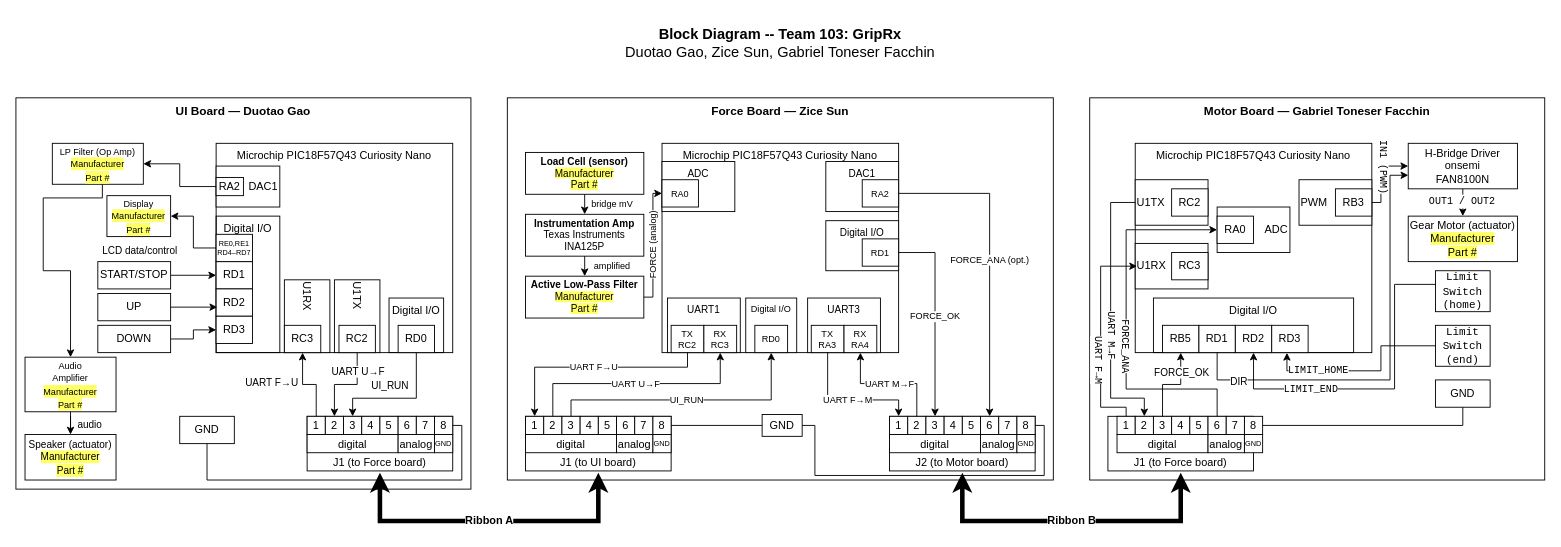
The draw.io diagram docs/image/team-block-diagram.drawio in EGR304-2026-F-103/EGR304-2026-F-103.github.io, before the edit. Source tidied: cells renumbered, new cells numbered last; positions are measured from the earlier drawing's top-left corner, leaving out a move shared by most shapes. Both pictures are drawn from the tidied source at 91%, with x=0, y=0 at pixel (15, 15).
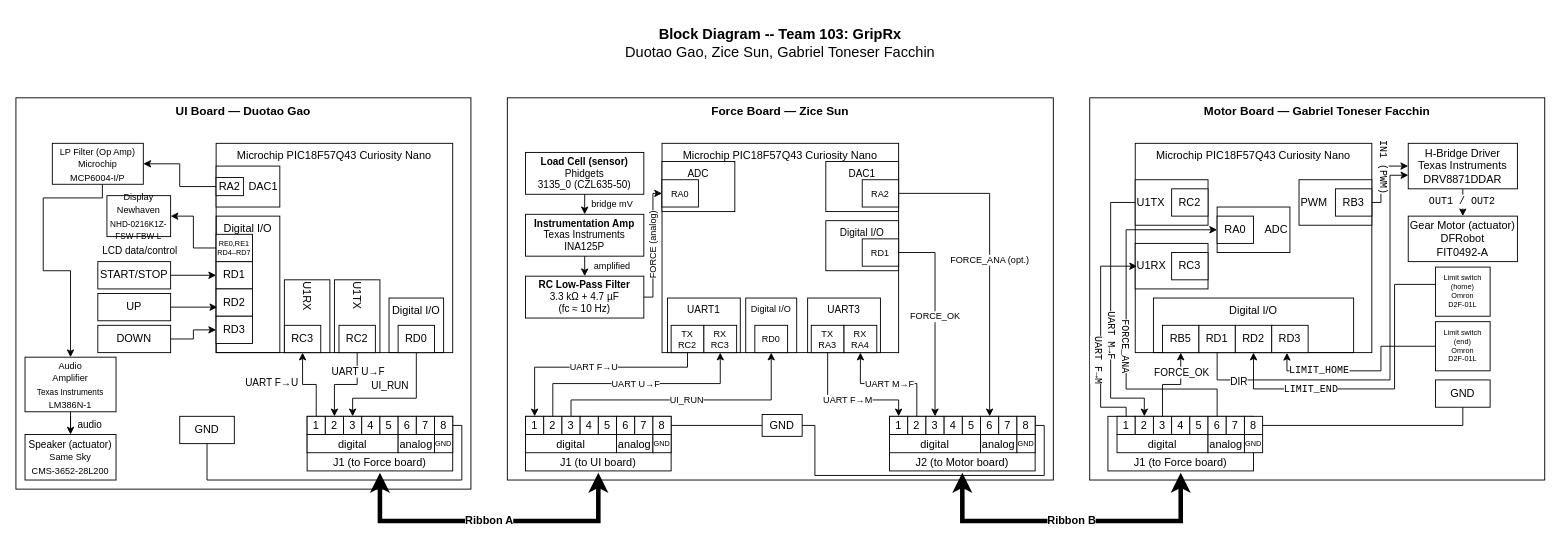
Above is the later version.

Unchanged cells that the change refers to:
```xml
<mxCell id="3" value="Force Board — Zice Sun" style="rounded=0;whiteSpace=wrap;html=1;verticalAlign=top;fontStyle=1;fontSize=13;fillColor=none;" parent="1" vertex="1">
  <mxGeometry x="540" y="90" width="600" height="420" as="geometry" />
</mxCell>
<mxCell id="69" value="UI Board — Duotao Gao" style="rounded=0;whiteSpace=wrap;html=1;verticalAlign=top;fontStyle=1;fontSize=13;fillColor=none;" parent="1" vertex="1">
  <mxGeometry y="90" width="500" height="430" as="geometry" />
</mxCell>
<mxCell id="121" value="Motor Board — Gabriel Toneser Facchin" style="rounded=0;whiteSpace=wrap;html=1;verticalAlign=top;fontStyle=1;fontSize=13;fillColor=none;" parent="1" vertex="1">
  <mxGeometry x="1180" y="90" width="500" height="420" as="geometry" />
</mxCell>
```

Diff of the diagram source:
```diff
@@
-    <mxCell id="31" value="&lt;div&gt;&lt;b&gt;Load Cell (sensor)&lt;/b&gt;&lt;/div&gt;&lt;div&gt;&lt;span style=&quot;background-color: rgb(255, 255, 102);&quot;&gt;Manufacturer&lt;/span&gt;&lt;/div&gt;&lt;div&gt;&lt;span style=&quot;background-color: rgb(255, 255, 102);&quot;&gt;Part #&lt;/span&gt;&lt;/div&gt;" style="rounded=0;whiteSpace=wrap;html=1;labelBackgroundColor=none;fontSize=11;" parent="3" vertex="1">
+    <mxCell id="31" value="&lt;div&gt;&lt;b&gt;Load Cell (sensor)&lt;/b&gt;&lt;/div&gt;&lt;div&gt;Phidgets&lt;/div&gt;&lt;div&gt;3135_0 (CZL635-50)&lt;/div&gt;" style="rounded=0;whiteSpace=wrap;html=1;labelBackgroundColor=none;fontSize=11;" parent="3" vertex="1">
       <mxGeometry x="20" y="60" width="130" height="46" as="geometry" />
     </mxCell>
@@
-    <mxCell id="33" value="&lt;div&gt;&lt;b&gt;Active Low-Pass Filter&lt;/b&gt;&lt;/div&gt;&lt;div&gt;&lt;span style=&quot;background-color: rgb(255, 255, 102);&quot;&gt;Manufacturer&lt;/span&gt;&lt;/div&gt;&lt;div&gt;&lt;span style=&quot;background-color: rgb(255, 255, 102);&quot;&gt;Part #&lt;/span&gt;&lt;/div&gt;" style="rounded=0;whiteSpace=wrap;html=1;labelBackgroundColor=none;fontSize=11;" parent="3" vertex="1">
+    <mxCell id="33" value="&lt;div&gt;&lt;b&gt;RC Low-Pass Filter&lt;/b&gt;&lt;/div&gt;&lt;div&gt;3.3 kΩ + 4.7 µF&lt;/div&gt;&lt;div&gt;(fc ≈ 10 Hz)&lt;/div&gt;" style="rounded=0;whiteSpace=wrap;html=1;labelBackgroundColor=none;fontSize=11;" parent="3" vertex="1">
       <mxGeometry x="20" y="196" width="130" height="46" as="geometry" />
     </mxCell>
@@
-    <mxCell id="114" value="&lt;div&gt;&lt;font style=&quot;font-size: 10px;&quot;&gt;Display&lt;/font&gt;&lt;/div&gt;&lt;div&gt;&lt;span style=&quot;background-color: rgb(255, 255, 102);&quot;&gt;&lt;font style=&quot;font-size: 10px;&quot;&gt;Manufacturer&lt;/font&gt;&lt;/span&gt;&lt;/div&gt;&lt;div&gt;&lt;span style=&quot;background-color: rgb(255, 255, 102);&quot;&gt;&lt;font style=&quot;font-size: 10px;&quot;&gt;Part #&lt;/font&gt;&lt;/span&gt;&lt;/div&gt;" style="rounded=0;whiteSpace=wrap;html=1;labelBackgroundColor=none;" parent="69" vertex="1">
+    <mxCell id="114" value="&lt;div&gt;&lt;font style=&quot;font-size: 10px;&quot;&gt;Display&lt;/font&gt;&lt;/div&gt;&lt;div&gt;&lt;font style=&quot;font-size: 10px;&quot;&gt;Newhaven&lt;/font&gt;&lt;/div&gt;&lt;div&gt;&lt;font style=&quot;font-size: 9px;&quot;&gt;NHD-0216K1Z-FSW-FBW-L&lt;/font&gt;&lt;/div&gt;" style="rounded=0;whiteSpace=wrap;html=1;labelBackgroundColor=none;" parent="69" vertex="1">
       <mxGeometry x="100" y="107.5" width="70" height="45" as="geometry" />
     </mxCell>
@@
-    <mxCell id="116" value="&lt;div&gt;&lt;font style=&quot;font-size: 10px;&quot;&gt;LP Filter (Op Amp)&lt;/font&gt;&lt;/div&gt;&lt;div&gt;&lt;span style=&quot;background-color: rgb(255, 255, 102);&quot;&gt;&lt;font style=&quot;font-size: 10px;&quot;&gt;Manufacturer&lt;/font&gt;&lt;/span&gt;&lt;/div&gt;&lt;div&gt;&lt;span style=&quot;background-color: rgb(255, 255, 102);&quot;&gt;&lt;font style=&quot;font-size: 10px;&quot;&gt;Part #&lt;/font&gt;&lt;/span&gt;&lt;/div&gt;" style="rounded=0;whiteSpace=wrap;html=1;labelBackgroundColor=none;" parent="69" vertex="1">
+    <mxCell id="116" value="&lt;div&gt;&lt;font style=&quot;font-size: 10px;&quot;&gt;LP Filter (Op Amp)&lt;/font&gt;&lt;/div&gt;&lt;div&gt;&lt;font style=&quot;font-size: 10px;&quot;&gt;Microchip&lt;/font&gt;&lt;/div&gt;&lt;div&gt;&lt;font style=&quot;font-size: 10px;&quot;&gt;MCP6004-I/P&lt;/font&gt;&lt;/div&gt;" style="rounded=0;whiteSpace=wrap;html=1;labelBackgroundColor=none;" parent="69" vertex="1">
       <mxGeometry x="40" y="50" width="100" height="45" as="geometry" />
     </mxCell>
-    <mxCell id="117" value="&lt;div&gt;&lt;span style=&quot;background-color: transparent; color: light-dark(rgb(0, 0, 0), rgb(255, 255, 255));&quot;&gt;&lt;font style=&quot;font-size: 11px;&quot;&gt;Speaker (actuator)&lt;/font&gt;&lt;/span&gt;&lt;/div&gt;&lt;div&gt;&lt;span style=&quot;background-color: light-dark(rgb(255, 255, 102), rgb(37, 37, 0)); color: light-dark(rgb(0, 0, 0), rgb(255, 255, 255));&quot;&gt;&lt;font style=&quot;font-size: 11px;&quot;&gt;Manufacturer&lt;/font&gt;&lt;/span&gt;&lt;/div&gt;&lt;div&gt;&lt;span style=&quot;background-color: rgb(255, 255, 102);&quot;&gt;&lt;font style=&quot;font-size: 11px;&quot;&gt;Part #&lt;/font&gt;&lt;/span&gt;&lt;/div&gt;" style="rounded=0;whiteSpace=wrap;html=1;labelBackgroundColor=none;" parent="69" vertex="1">
+    <mxCell id="117" value="&lt;div&gt;&lt;font style=&quot;font-size: 11px;&quot;&gt;Speaker (actuator)&lt;/font&gt;&lt;/div&gt;&lt;div&gt;&lt;font style=&quot;font-size: 10px;&quot;&gt;Same Sky&lt;/font&gt;&lt;/div&gt;&lt;div&gt;&lt;font style=&quot;font-size: 10px;&quot;&gt;CMS-3652-28L200&lt;/font&gt;&lt;/div&gt;" style="rounded=0;whiteSpace=wrap;html=1;labelBackgroundColor=none;" parent="69" vertex="1">
       <mxGeometry x="10" y="370" width="100" height="50" as="geometry" />
     </mxCell>
@@
-    <mxCell id="120" value="&lt;div&gt;&lt;font style=&quot;font-size: 10px;&quot;&gt;Audio&lt;br&gt;Amplifier&lt;/font&gt;&lt;/div&gt;&lt;div&gt;&lt;span style=&quot;background-color: rgb(255, 255, 102);&quot;&gt;&lt;font style=&quot;font-size: 10px;&quot;&gt;Manufacturer&lt;/font&gt;&lt;/span&gt;&lt;/div&gt;&lt;div&gt;&lt;span style=&quot;background-color: rgb(255, 255, 102);&quot;&gt;&lt;font style=&quot;font-size: 10px;&quot;&gt;Part #&lt;/font&gt;&lt;/span&gt;&lt;/div&gt;" style="rounded=0;whiteSpace=wrap;html=1;labelBackgroundColor=none;" parent="69" vertex="1">
+    <mxCell id="120" value="&lt;div&gt;&lt;font style=&quot;font-size: 10px;&quot;&gt;Audio&lt;br&gt;Amplifier&lt;/font&gt;&lt;/div&gt;&lt;div&gt;&lt;font style=&quot;font-size: 9px;&quot;&gt;Texas Instruments&lt;/font&gt;&lt;/div&gt;&lt;div&gt;&lt;font style=&quot;font-size: 10px;&quot;&gt;LM386N-1&lt;/font&gt;&lt;/div&gt;" style="rounded=0;whiteSpace=wrap;html=1;labelBackgroundColor=none;" parent="69" vertex="1">
       <mxGeometry x="10" y="285" width="100" height="60" as="geometry" />
     </mxCell>
@@
-    <mxCell id="147" value="&lt;div&gt;H-Bridge Driver&lt;/div&gt;&lt;div&gt;onsemi&lt;/div&gt;&lt;div&gt;FAN8100N&lt;/div&gt;" style="rounded=0;whiteSpace=wrap;html=1;labelBackgroundColor=none;" parent="121" vertex="1">
+    <mxCell id="147" value="&lt;div&gt;H-Bridge Driver&lt;/div&gt;&lt;div&gt;Texas Instruments&lt;/div&gt;&lt;div&gt;DRV8871DDAR&lt;/div&gt;" style="rounded=0;whiteSpace=wrap;html=1;labelBackgroundColor=none;" parent="121" vertex="1">
       <mxGeometry x="350" y="50" width="120" height="50" as="geometry" />
     </mxCell>
-    <mxCell id="148" value="&lt;code&gt;Limit Switch (home)&lt;/code&gt;" style="rounded=0;whiteSpace=wrap;html=1;" parent="121" vertex="1">
-      <mxGeometry x="380" y="190" width="60" height="45" as="geometry" />
+    <mxCell id="148" value="Limit switch&lt;br&gt;(home)&lt;br&gt;Omron&lt;br&gt;D2F-01L" style="rounded=0;whiteSpace=wrap;html=1;fontSize=8;" parent="121" vertex="1">
+      <mxGeometry x="380" y="186" width="60" height="54" as="geometry" />
     </mxCell>
@@
-    <mxCell id="150" value="&lt;div&gt;Gear Motor (actuator)&lt;/div&gt;&lt;div&gt;&lt;span style=&quot;background-color: rgb(255, 255, 102);&quot;&gt;Manufacturer&lt;/span&gt;&lt;/div&gt;&lt;div&gt;&lt;span style=&quot;background-color: rgb(255, 255, 102);&quot;&gt;Part #&lt;/span&gt;&lt;/div&gt;" style="rounded=0;whiteSpace=wrap;html=1;labelBackgroundColor=none;" parent="121" vertex="1">
+    <mxCell id="150" value="&lt;div&gt;Gear Motor (actuator)&lt;/div&gt;&lt;div&gt;DFRobot&lt;/div&gt;&lt;div&gt;FIT0492-A&lt;/div&gt;" style="rounded=0;whiteSpace=wrap;html=1;labelBackgroundColor=none;" parent="121" vertex="1">
       <mxGeometry x="350" y="130" width="120" height="50" as="geometry" />
     </mxCell>
-    <mxCell id="151" value="&lt;code&gt;Limit Switch (end)&lt;/code&gt;" style="rounded=0;whiteSpace=wrap;html=1;" parent="121" vertex="1">
-      <mxGeometry x="380" y="250" width="60" height="45" as="geometry" />
+    <mxCell id="151" value="Limit switch&lt;br&gt;(end)&lt;br&gt;Omron&lt;br&gt;D2F-01L" style="rounded=0;whiteSpace=wrap;html=1;fontSize=8;" parent="121" vertex="1">
+      <mxGeometry x="380" y="246" width="60" height="54" as="geometry" />
     </mxCell>
```
